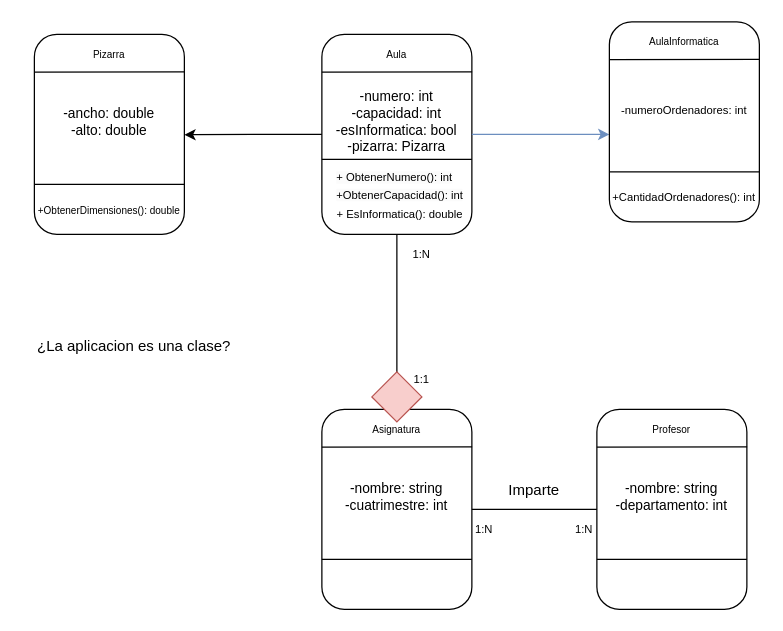
The draw.io diagram page "Page-1" (1 of 2) of Entornos/7/Buaaa4.drawio in enderwigim/DAW1, before the edit. Source tidied: cells renumbered, new cells numbered last; positions are measured from the earlier drawing's top-left corner, leaving out a move shared by most shapes. Both pictures are drawn from the tidied source at 125%, with x=0, y=0 at pixel (21, 21).
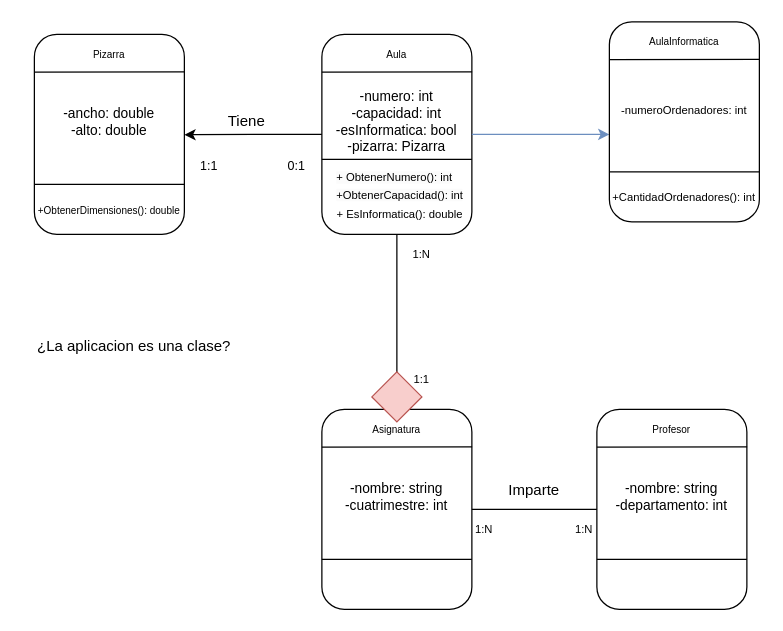
The same page after the edit.

Change to the diagram source:
```diff
@@
+    <mxCell id="52" value="Tiene" style="text;html=1;align=center;verticalAlign=middle;whiteSpace=wrap;rounded=0;" parent="1" vertex="1">
+      <mxGeometry x="150" y="65" width="60" height="30" as="geometry" />
+    </mxCell>
+    <mxCell id="53" value="&lt;font style=&quot;font-size: 10px;&quot;&gt;0:1&lt;/font&gt;" style="text;html=1;align=center;verticalAlign=middle;whiteSpace=wrap;rounded=0;" parent="1" vertex="1">
+      <mxGeometry x="190" y="100" width="60" height="30" as="geometry" />
+    </mxCell>
+    <mxCell id="54" value="&lt;font style=&quot;font-size: 10px;&quot;&gt;1:1&lt;/font&gt;" style="text;html=1;align=center;verticalAlign=middle;whiteSpace=wrap;rounded=0;" parent="1" vertex="1">
+      <mxGeometry x="120" y="100" width="60" height="30" as="geometry" />
+    </mxCell>
```
